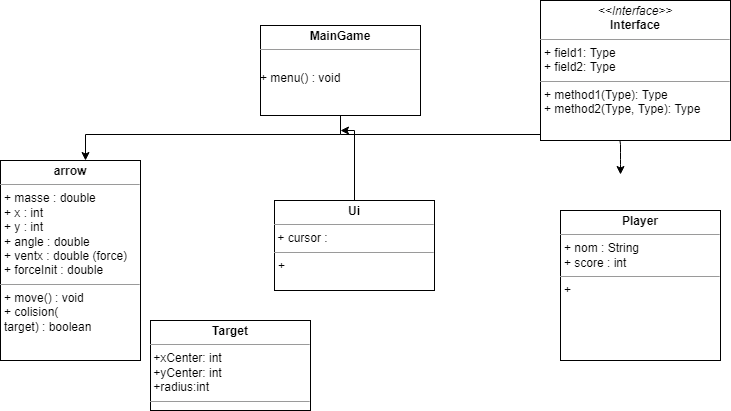
vbard1/mini-projet-2 keeps this draw.io diagram as UMLDiagram.png. Above is the earlier version. Source tidied: cells renumbered, new cells last; positions are measured from the earlier drawing's top-left corner, leaving out a move shared by most shapes.
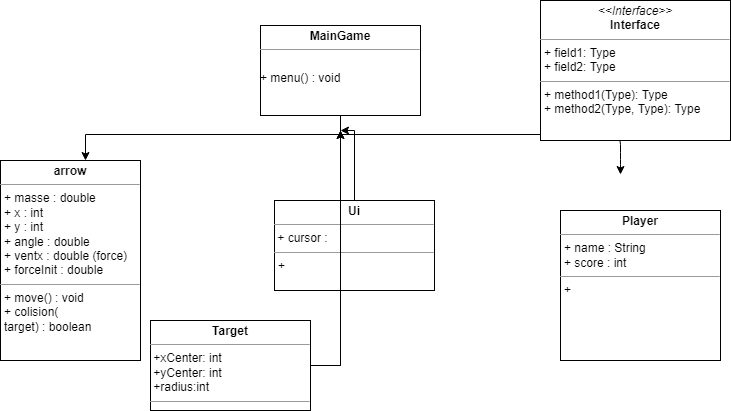
Later version of the same file.

The edit, as a diff of the source:
```diff
@@ -47,7 +47,7 @@
     <mxCell id="9" value="&lt;p style=&quot;margin: 0px ; margin-top: 4px ; text-align: center&quot;&gt;&lt;b&gt;Ui&lt;/b&gt;&lt;br&gt;&lt;/p&gt;&lt;hr size=&quot;1&quot;&gt;&amp;nbsp;+ cursor : &lt;br&gt;&lt;hr size=&quot;1&quot;&gt;&lt;p style=&quot;margin: 0px ; margin-left: 4px&quot;&gt;+&lt;/p&gt;" style="verticalAlign=top;align=left;overflow=fill;fontSize=12;fontFamily=Helvetica;html=1;" parent="1" vertex="1">
       <mxGeometry x="274" y="200" width="160" height="90" as="geometry" />
     </mxCell>
-    <mxCell id="10" value="&lt;p style=&quot;margin: 0px ; margin-top: 4px ; text-align: center&quot;&gt;&lt;b&gt;Player&lt;/b&gt;&lt;br&gt;&lt;/p&gt;&lt;hr size=&quot;1&quot;&gt;&lt;p style=&quot;margin: 0px ; margin-left: 4px&quot;&gt;+ nom : String&lt;/p&gt;&lt;p style=&quot;margin: 0px ; margin-left: 4px&quot;&gt;+ score : int&lt;/p&gt;&lt;hr size=&quot;1&quot;&gt;&lt;p style=&quot;margin: 0px ; margin-left: 4px&quot;&gt;+&lt;br&gt;&lt;/p&gt;" style="verticalAlign=top;align=left;overflow=fill;fontSize=12;fontFamily=Helvetica;html=1;" parent="1" vertex="1">
+    <mxCell id="10" value="&lt;p style=&quot;margin: 0px ; margin-top: 4px ; text-align: center&quot;&gt;&lt;b&gt;Player&lt;/b&gt;&lt;br&gt;&lt;/p&gt;&lt;hr size=&quot;1&quot;&gt;&lt;p style=&quot;margin: 0px ; margin-left: 4px&quot;&gt;+ name : String&lt;/p&gt;&lt;p style=&quot;margin: 0px ; margin-left: 4px&quot;&gt;+ score : int&lt;/p&gt;&lt;hr size=&quot;1&quot;&gt;&lt;p style=&quot;margin: 0px ; margin-left: 4px&quot;&gt;+&lt;br&gt;&lt;/p&gt;" style="verticalAlign=top;align=left;overflow=fill;fontSize=12;fontFamily=Helvetica;html=1;" parent="1" vertex="1">
       <mxGeometry x="560" y="210" width="160" height="150" as="geometry" />
     </mxCell>
     <mxCell id="11" style="edgeStyle=orthogonalEdgeStyle;rounded=0;jettySize=auto;html=1;exitX=0.5;exitY=1;exitDx=0;exitDy=0;" parent="1" edge="1" source="x">
@@ -55,6 +55,16 @@
         <mxPoint x="85" y="380" as="targetPoint" />
       </mxGeometry>
     </mxCell>
+    <mxCell id="13" style="edgeStyle=orthogonalEdgeStyle;rounded=0;jettySize=auto;html=1;" parent="1" edge="1" source="12">
+      <mxGeometry relative="1" as="geometry">
+        <mxPoint x="340" y="130" as="targetPoint" />
+      </mxGeometry>
+    </mxCell>
+    <mxCell id="14" style="edgeStyle=orthogonalEdgeStyle;rounded=0;jettySize=auto;html=1;" parent="1" edge="1" source="12">
+      <mxGeometry relative="1" as="geometry">
+        <mxPoint x="340" y="130" as="targetPoint" />
+      </mxGeometry>
+    </mxCell>
     <mxCell id="12" value="&lt;p style=&quot;margin: 0px ; margin-top: 4px ; text-align: center&quot;&gt;&lt;b&gt;Target&lt;/b&gt;&lt;br&gt;&lt;/p&gt;&lt;hr size=&quot;1&quot;&gt;&amp;nbsp;+xCenter: int&lt;br&gt;&amp;nbsp;+yCenter: int&lt;br&gt;&amp;nbsp;+radius:int&lt;br&gt;&lt;hr size=&quot;1&quot;&gt;&lt;p style=&quot;margin: 0px ; margin-left: 4px&quot;&gt;+&lt;/p&gt;" style="verticalAlign=top;align=left;overflow=fill;fontSize=12;fontFamily=Helvetica;html=1;" parent="1" vertex="1">
       <mxGeometry x="150" y="320" width="160" height="90" as="geometry" />
     </mxCell>
```
